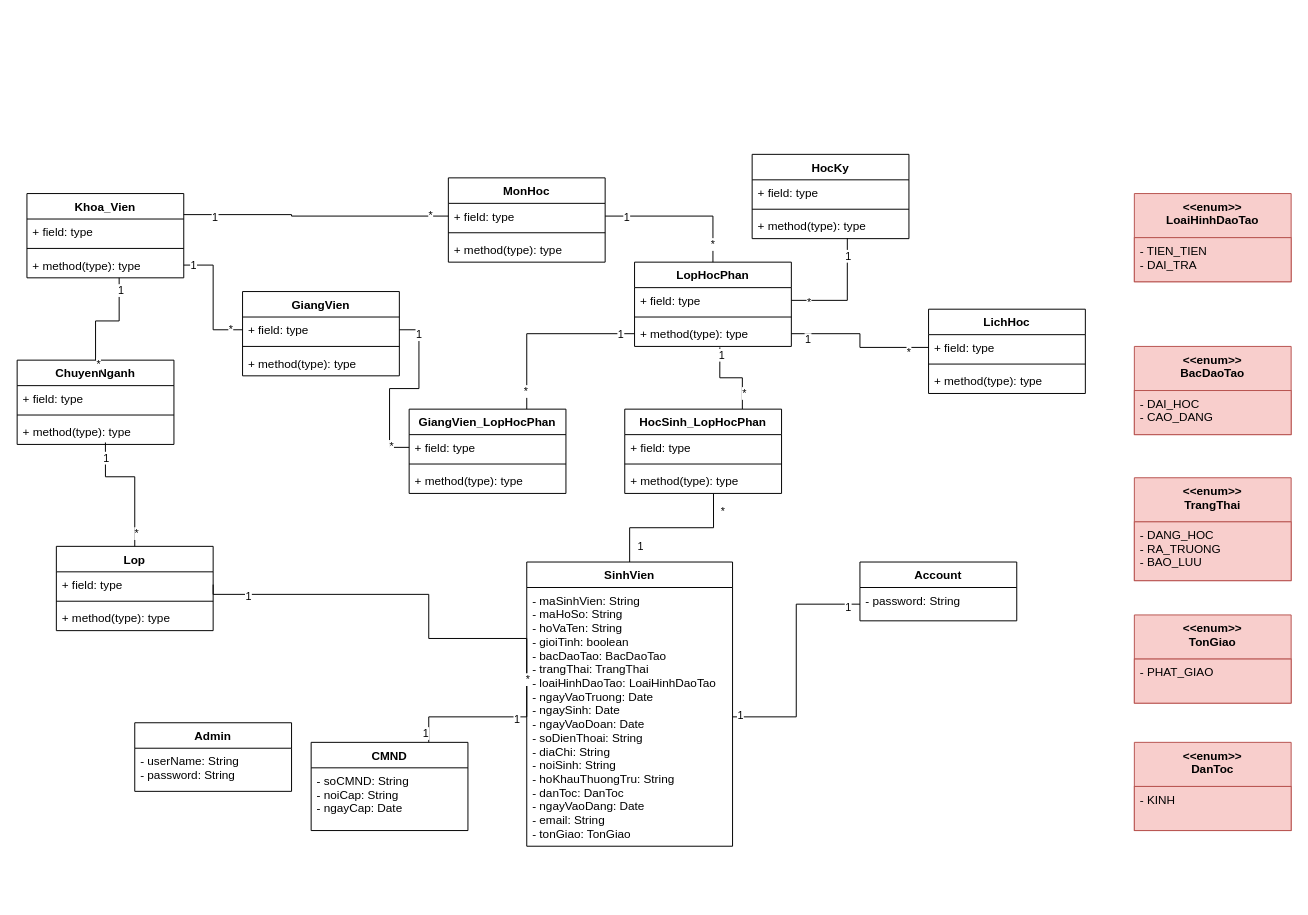
Before: CMN_Class.drawio in duchoan6814/Truong-Duc-Hoan, a draw.io diagram. Source tidied: cells renumbered, new cells numbered last; positions are measured from the earlier drawing's top-left corner, leaving out a move shared by most shapes. Both pictures are drawn from the tidied source at 98%, with x=0, y=0 at pixel (17, 154).
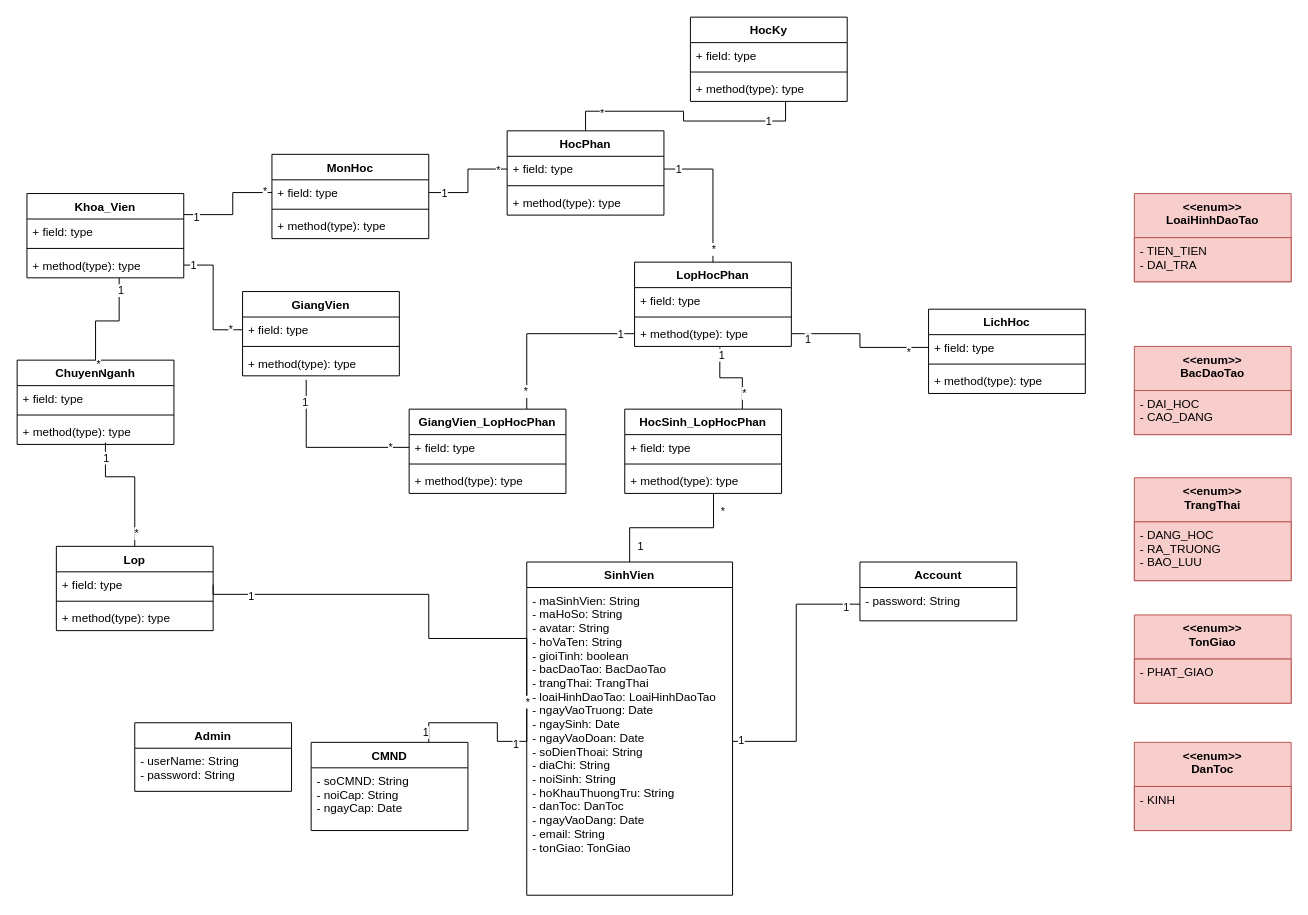
The same diagram, later.

The change refers to these unchanged cells:
```xml
<mxCell id="4" value="Khoa_Vien" style="swimlane;fontStyle=1;align=center;verticalAlign=top;horizontal=1;startSize=26;" parent="1" vertex="1">
  <mxGeometry x="10" y="40" width="160" height="86" as="geometry" />
</mxCell>
<mxCell id="21" value="LopHocPhan" style="swimlane;fontStyle=1;align=center;verticalAlign=top;horizontal=1;startSize=26;" parent="1" vertex="1">
  <mxGeometry x="630" y="110" width="160" height="86" as="geometry" />
</mxCell>
<mxCell id="22" value="+ field: type" style="text;strokeColor=none;fillColor=none;align=left;verticalAlign=top;spacingLeft=4;spacingRight=4;overflow=hidden;points=[[0,0.5],[1,0.5]];portConstraint=eastwest;" parent="21" vertex="1">
  <mxGeometry y="26" width="160" height="26" as="geometry" />
</mxCell>
<mxCell id="43" value="+ field: type" style="text;strokeColor=none;fillColor=none;align=left;verticalAlign=top;spacingLeft=4;spacingRight=4;overflow=hidden;points=[[0,0.5],[1,0.5]];portConstraint=eastwest;" parent="42" vertex="1">
  <mxGeometry y="26" width="160" height="26" as="geometry" />
</mxCell>
<mxCell id="52" value="+ method(type): type" style="text;strokeColor=none;fillColor=none;align=left;verticalAlign=top;spacingLeft=4;spacingRight=4;overflow=hidden;points=[[0,0.5],[1,0.5]];portConstraint=eastwest;" parent="49" vertex="1">
  <mxGeometry y="60" width="160" height="26" as="geometry" />
</mxCell>
<mxCell id="57" value="+ field: type" style="text;strokeColor=none;fillColor=none;align=left;verticalAlign=top;spacingLeft=4;spacingRight=4;overflow=hidden;points=[[0,0.5],[1,0.5]];portConstraint=eastwest;" parent="56" vertex="1">
  <mxGeometry y="26" width="160" height="26" as="geometry" />
</mxCell>
<mxCell id="59" value="+ method(type): type" style="text;strokeColor=none;fillColor=none;align=left;verticalAlign=top;spacingLeft=4;spacingRight=4;overflow=hidden;points=[[0,0.5],[1,0.5]];portConstraint=eastwest;" parent="56" vertex="1">
  <mxGeometry y="60" width="160" height="26" as="geometry" />
</mxCell>
<mxCell id="79" value="+ field: type" style="text;strokeColor=none;fillColor=none;align=left;verticalAlign=top;spacingLeft=4;spacingRight=4;overflow=hidden;points=[[0,0.5],[1,0.5]];portConstraint=eastwest;" parent="78" vertex="1">
  <mxGeometry y="26" width="160" height="26" as="geometry" />
</mxCell>
```

Change to the diagram source:
```diff
@@
     <mxCell id="2" value="SinhVien" style="swimlane;fontStyle=1;align=center;verticalAlign=top;horizontal=1;startSize=26;" parent="1" vertex="1">
-      <mxGeometry x="520" y="416" width="210" height="290" as="geometry" />
+      <mxGeometry x="520" y="416" width="210" height="340" as="geometry" />
     </mxCell>
-    <mxCell id="3" value="- maSinhVien: String&#10;- maHoSo: String&#10;- hoVaTen: String&#10;- gioiTinh: boolean&#10;- bacDaoTao: BacDaoTao&#10;- trangThai: TrangThai&#10;- loaiHinhDaoTao: LoaiHinhDaoTao&#10;- ngayVaoTruong: Date&#10;- ngaySinh: Date&#10;- ngayVaoDoan: Date&#10;- soDienThoai: String&#10;- diaChi: String&#10;- noiSinh: String&#10;- hoKhauThuongTru: String&#10;- danToc: DanToc&#10;- ngayVaoDang: Date&#10;- email: String&#10;- tonGiao: TonGiao" style="text;strokeColor=none;fillColor=none;align=left;verticalAlign=top;spacingLeft=4;spacingRight=4;overflow=hidden;points=[[0,0.5],[1,0.5]];portConstraint=eastwest;" parent="2" vertex="1">
-      <mxGeometry y="26" width="210" height="264" as="geometry" />
+    <mxCell id="3" value="- maSinhVien: String&#10;- maHoSo: String&#10;- avatar: String&#10;- hoVaTen: String&#10;- gioiTinh: boolean&#10;- bacDaoTao: BacDaoTao&#10;- trangThai: TrangThai&#10;- loaiHinhDaoTao: LoaiHinhDaoTao&#10;- ngayVaoTruong: Date&#10;- ngaySinh: Date&#10;- ngayVaoDoan: Date&#10;- soDienThoai: String&#10;- diaChi: String&#10;- noiSinh: String&#10;- hoKhauThuongTru: String&#10;- danToc: DanToc&#10;- ngayVaoDang: Date&#10;- email: String&#10;- tonGiao: TonGiao" style="text;strokeColor=none;fillColor=none;align=left;verticalAlign=top;spacingLeft=4;spacingRight=4;overflow=hidden;points=[[0,0.5],[1,0.5]];portConstraint=eastwest;" parent="2" vertex="1">
+      <mxGeometry y="26" width="210" height="314" as="geometry" />
     </mxCell>
@@
-    <mxCell id="39" style="edgeStyle=orthogonalEdgeStyle;rounded=0;jettySize=auto;html=1;exitX=1;exitY=0.5;exitDx=0;exitDy=0;entryX=0.5;entryY=0;entryDx=0;entryDy=0;endArrow=none;endFill=0;" parent="1" edge="1" source="43" target="21">
-      <mxGeometry relative="1" as="geometry" />
-    </mxCell>
-    <mxCell id="40" value="1" style="edgeLabel;html=1;align=center;verticalAlign=middle;" parent="39" vertex="1">
-      <mxGeometry x="-0.73" relative="1" as="geometry" />
-    </mxCell>
-    <mxCell id="41" value="*" style="edgeLabel;html=1;align=center;verticalAlign=middle;" parent="39" vertex="1">
-      <mxGeometry x="0.76" y="-1" relative="1" as="geometry" />
-    </mxCell>
     <mxCell id="42" value="MonHoc" style="swimlane;fontStyle=1;align=center;verticalAlign=top;horizontal=1;startSize=26;" parent="1" vertex="1">
-      <mxGeometry x="440" y="24" width="160" height="86" as="geometry" />
+      <mxGeometry x="260" width="160" height="86" as="geometry" />
     </mxCell>
@@
     <mxCell id="46" style="edgeStyle=orthogonalEdgeStyle;rounded=0;jettySize=auto;html=1;exitX=0;exitY=0.5;exitDx=0;exitDy=0;entryX=1;entryY=0.25;entryDx=0;entryDy=0;endArrow=none;endFill=0;" parent="1" edge="1" source="43" target="4">
       <mxGeometry relative="1" as="geometry">
         <Array as="points">
-          <mxPoint x="280" y="63" />
-          <mxPoint x="280" y="62" />
+          <mxPoint x="220" y="39" />
+          <mxPoint x="220" y="62" />
         </Array>
       </mxGeometry>
     </mxCell>
@@
     <mxCell id="49" value="HocKy" style="swimlane;fontStyle=1;align=center;verticalAlign=top;horizontal=1;startSize=26;" parent="1" vertex="1">
-      <mxGeometry x="750" width="160" height="86" as="geometry" />
+      <mxGeometry x="687" y="-140" width="160" height="86" as="geometry" />
     </mxCell>
@@
-    <mxCell id="53" style="edgeStyle=orthogonalEdgeStyle;rounded=0;jettySize=auto;html=1;exitX=1;exitY=0.5;exitDx=0;exitDy=0;entryX=0.607;entryY=0.981;entryDx=0;entryDy=0;endArrow=none;endFill=0;entryPerimeter=0;" parent="1" edge="1" source="22" target="52">
+    <mxCell id="53" style="edgeStyle=orthogonalEdgeStyle;rounded=0;jettySize=auto;html=1;exitX=0.5;exitY=0;exitDx=0;exitDy=0;entryX=0.607;entryY=0.981;entryDx=0;entryDy=0;endArrow=none;endFill=0;entryPerimeter=0;" parent="1" edge="1" source="102" target="52">
       <mxGeometry relative="1" as="geometry" />
     </mxCell>
@@
-    <mxCell id="82" style="edgeStyle=orthogonalEdgeStyle;rounded=0;jettySize=auto;html=1;exitX=1;exitY=0.5;exitDx=0;exitDy=0;entryX=0;entryY=0.5;entryDx=0;entryDy=0;endArrow=none;endFill=0;" parent="1" edge="1" source="57" target="79">
-      <mxGeometry relative="1" as="geometry" />
+    <mxCell id="82" style="edgeStyle=orthogonalEdgeStyle;rounded=0;jettySize=auto;html=1;exitX=0.406;exitY=1.154;exitDx=0;exitDy=0;entryX=0;entryY=0.5;entryDx=0;entryDy=0;endArrow=none;endFill=0;exitPerimeter=0;" parent="1" edge="1" source="59" target="79">
+      <mxGeometry relative="1" as="geometry">
+        <Array as="points">
+          <mxPoint x="295" y="299" />
+        </Array>
+      </mxGeometry>
     </mxCell>
@@
+    <mxCell id="102" value="HocPhan" style="swimlane;fontStyle=1;align=center;verticalAlign=top;horizontal=1;startSize=26;" parent="1" vertex="1">
+      <mxGeometry x="500" y="-24" width="160" height="86" as="geometry" />
+    </mxCell>
+    <mxCell id="103" value="+ field: type" style="text;strokeColor=none;fillColor=none;align=left;verticalAlign=top;spacingLeft=4;spacingRight=4;overflow=hidden;points=[[0,0.5],[1,0.5]];portConstraint=eastwest;" parent="102" vertex="1">
+      <mxGeometry y="26" width="160" height="26" as="geometry" />
+    </mxCell>
+    <mxCell id="104" style="line;strokeWidth=1;fillColor=none;align=left;verticalAlign=middle;spacingTop=-1;spacingLeft=3;spacingRight=3;labelPosition=right;" parent="102" vertex="1">
+      <mxGeometry y="52" width="160" height="8" as="geometry" />
+    </mxCell>
+    <mxCell id="105" value="+ method(type): type" style="text;strokeColor=none;fillColor=none;align=left;verticalAlign=top;spacingLeft=4;spacingRight=4;overflow=hidden;" parent="102" vertex="1">
+      <mxGeometry y="60" width="160" height="26" as="geometry" />
+    </mxCell>
+    <mxCell id="106" style="edgeStyle=orthogonalEdgeStyle;rounded=0;jettySize=auto;html=1;exitX=1;exitY=0.5;exitDx=0;exitDy=0;entryX=0;entryY=0.5;entryDx=0;entryDy=0;endArrow=none;endFill=0;" parent="1" edge="1" source="43" target="103">
+      <mxGeometry relative="1" as="geometry" />
+    </mxCell>
+    <mxCell id="107" value="1" style="edgeLabel;html=1;align=center;verticalAlign=middle;" parent="106" vertex="1">
+      <mxGeometry x="-0.72" relative="1" as="geometry" />
+    </mxCell>
+    <mxCell id="108" value="*" style="edgeLabel;html=1;align=center;verticalAlign=middle;" parent="106" vertex="1">
+      <mxGeometry x="0.81" y="-1" relative="1" as="geometry" />
+    </mxCell>
+    <mxCell id="109" style="edgeStyle=orthogonalEdgeStyle;rounded=0;jettySize=auto;html=1;exitX=1;exitY=0.5;exitDx=0;exitDy=0;entryX=0.5;entryY=0;entryDx=0;entryDy=0;endArrow=none;endFill=0;" parent="1" edge="1" source="103" target="21">
+      <mxGeometry relative="1" as="geometry" />
+    </mxCell>
+    <mxCell id="110" value="1" style="edgeLabel;html=1;align=center;verticalAlign=middle;" parent="109" vertex="1">
+      <mxGeometry x="-0.8" relative="1" as="geometry" />
+    </mxCell>
+    <mxCell id="111" value="*" style="edgeLabel;html=1;align=center;verticalAlign=middle;" parent="109" vertex="1">
+      <mxGeometry x="0.81" relative="1" as="geometry" />
+    </mxCell>
```
